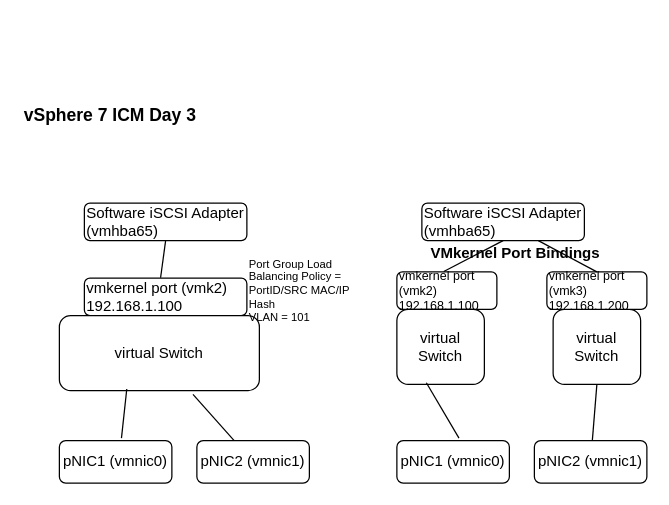
Above: page "vmkportbindings" (1 of 5) of vSphere7ICMday3.drawio in taupoali/vmwarediagrams (draw.io), before the change. Source tidied: cells renumbered, new cells numbered last; positions are measured from the earlier drawing's top-left corner, leaving out a move shared by most shapes. Both pictures are drawn from the tidied source at 125%, with x=0, y=0 at pixel (21, 102).
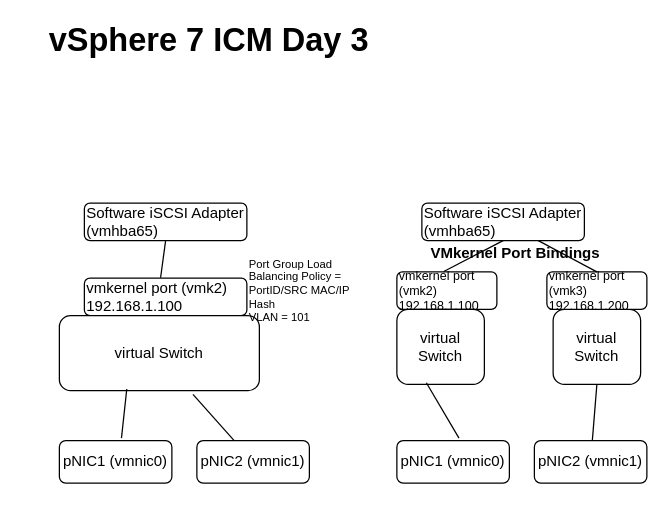
The same diagram, later.

Change to the diagram source:
```diff
@@
-    <mxCell id="2" value="vSphere 7 ICM Day 3" style="text;html=1;strokeColor=none;fillColor=none;align=left;verticalAlign=middle;whiteSpace=wrap;rounded=0;fontStyle=1;fontSize=14;" parent="1" vertex="1">
-      <mxGeometry width="150" height="20" as="geometry" />
+    <mxCell id="2" value="vSphere 7 ICM Day 3" style="text;html=1;strokeColor=none;fillColor=none;align=left;verticalAlign=middle;whiteSpace=wrap;rounded=0;fontStyle=1;fontSize=26;" parent="1" vertex="1">
+      <mxGeometry x="20" y="-60" width="420" height="20" as="geometry" />
     </mxCell>
```
